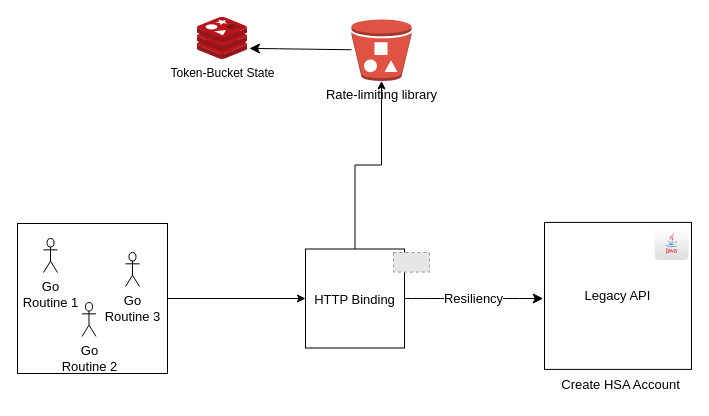
sethvargo/go-limiter keeps this draw.io diagram as daprsample/dapr-design.drawio. Above is the earlier version. Source tidied: cells renumbered, new cells numbered last; positions are measured from the earlier drawing's top-left corner, leaving out a move shared by most shapes. Both pictures are drawn from the tidied source at 100%, with x=0, y=0 at pixel (17, 17). Pictures stored in the file or linked from it are replaced by grey dashed boxes.
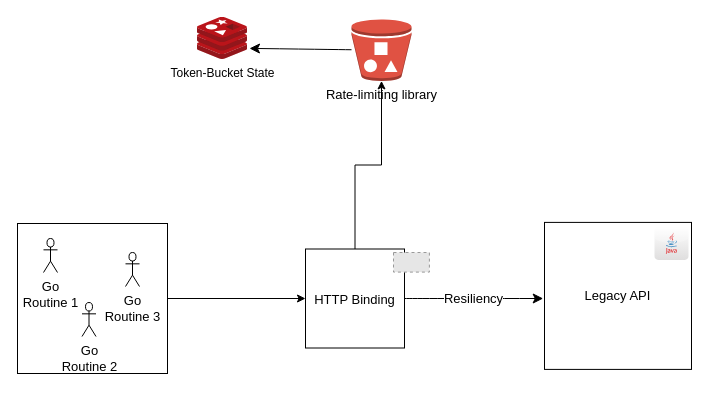
The same diagram, later.

The edit, as a diff of the source:
```diff
@@
 <mxGraphModel>
   <root>
     <mxCell id="0" />
     <mxCell id="1" parent="0" />
     <mxCell id="2" style="edgeStyle=orthogonalEdgeStyle;rounded=0;jettySize=auto;html=1;entryX=0;entryY=0.5;entryDx=0;entryDy=0;" parent="1" edge="1" source="3" target="12">
       <mxGeometry relative="1" as="geometry" />
     </mxCell>
     <mxCell id="3" style="whiteSpace=wrap;html=1;fontSize=16;" parent="1" vertex="1">
       <mxGeometry y="206" width="150" height="150" as="geometry" />
     </mxCell>
     <mxCell id="4" value="Go &lt;br&gt;Routine 1" style="shape=umlActor;verticalLabelPosition=bottom;verticalAlign=top;html=1;fontSize=13;" parent="1" vertex="1">
       <mxGeometry x="26" y="221" width="14" height="34" as="geometry" />
     </mxCell>
     <mxCell id="5" value="Go &lt;br&gt;Routine 2" style="shape=umlActor;verticalLabelPosition=bottom;verticalAlign=top;html=1;fontSize=13;" parent="1" vertex="1">
       <mxGeometry x="64.5" y="285" width="14" height="34" as="geometry" />
     </mxCell>
     <mxCell id="6" value="Go&lt;br&gt;Routine 3" style="shape=umlActor;verticalLabelPosition=bottom;verticalAlign=top;html=1;fontSize=13;" parent="1" vertex="1">
       <mxGeometry x="108" y="235" width="14" height="34" as="geometry" />
     </mxCell>
     <mxCell id="7" value="Legacy API" style="whiteSpace=wrap;html=1;fontSize=13;" parent="1" vertex="1">
       <mxGeometry x="527" y="204.9" width="147" height="147" as="geometry" />
     </mxCell>
     <mxCell id="8" style="dashed=0;html=1;align=center;labelPosition=center;verticalLabelPosition=bottom;verticalAlign=top;shape=mxgraph.webicons.java;gradientColor=#DFDEDE;fontSize=13;" parent="1" vertex="1">
       <mxGeometry x="637" y="209" width="34" height="33.4" as="geometry" />
     </mxCell>
-    <mxCell id="9" value="&lt;span style=&quot;font-size: 13px;&quot;&gt;Create HSA Account&lt;/span&gt;" style="text;html=1;align=center;verticalAlign=middle;strokeColor=none;fillColor=none;fontSize=16;" parent="1" vertex="1">
-      <mxGeometry x="533" y="351" width="140" height="30" as="geometry" />
-    </mxCell>
     <mxCell id="10" value="Resiliency" style="edgeStyle=none;curved=1;rounded=0;jettySize=auto;html=1;fontSize=13;startSize=8;endSize=8;" parent="1" edge="1" source="12">
       <mxGeometry relative="1" as="geometry">
         <mxPoint x="525.7" y="281" as="targetPoint" />
       </mxGeometry>
     </mxCell>
     <mxCell id="11" style="edgeStyle=orthogonalEdgeStyle;rounded=0;jettySize=auto;html=1;" parent="1" edge="1" source="12" target="15">
       <mxGeometry relative="1" as="geometry" />
     </mxCell>
     <mxCell id="12" value="&lt;span style=&quot;font-size: 13px;&quot;&gt;HTTP Binding&lt;/span&gt;" style="whiteSpace=wrap;html=1;fontSize=16;" parent="1" vertex="1">
       <mxGeometry x="288" y="231.5" width="99" height="99" as="geometry" />
     </mxCell>
     <mxCell id="13" style="fillColor=#E6E6E6;strokeColor=#999999;dashed=1;verticalLabelPosition=bottom;labelBackgroundColor=default;verticalAlign=top;" parent="1" vertex="1">
       <mxGeometry x="376" y="235" width="35.9" height="19.6" as="geometry" />
     </mxCell>
     <mxCell id="14" style="edgeStyle=none;curved=1;rounded=0;jettySize=auto;html=1;fontSize=13;startSize=8;endSize=8;" parent="1" edge="1" source="15">
       <mxGeometry relative="1" as="geometry">
         <mxPoint x="232" y="30.9" as="targetPoint" />
       </mxGeometry>
     </mxCell>
     <mxCell id="15" value="Rate-limiting library" style="outlineConnect=0;dashed=0;verticalLabelPosition=bottom;verticalAlign=top;align=center;html=1;shape=mxgraph.aws3.bucket_with_objects;fillColor=#E05243;gradientColor=none;fontSize=13;" parent="1" vertex="1">
       <mxGeometry x="334" y="1.9" width="60" height="61.5" as="geometry" />
     </mxCell>
     <mxCell id="16" value="Token-Bucket State" style="sketch=0;html=1;align=center;image;fontSize=12;image=img/lib/mscae/Cache_Redis_Product.svg;" parent="1" vertex="1">
       <mxGeometry x="180" y="-0.1" width="50" height="42" as="geometry" />
     </mxCell>
   </root>
 </mxGraphModel>
```
